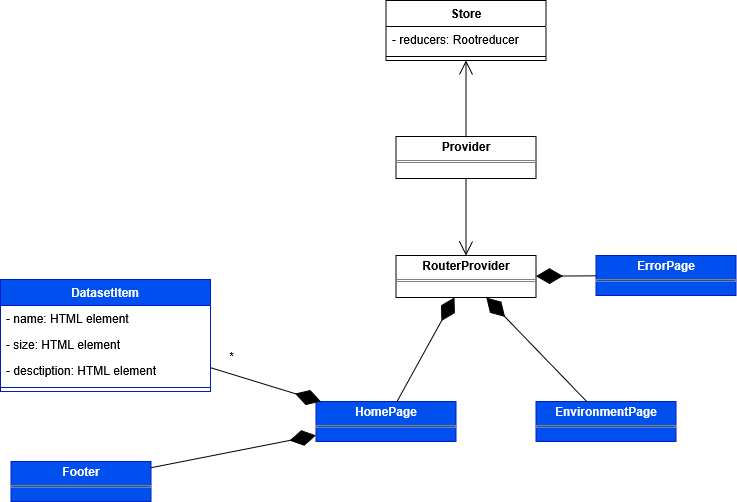
Before: Docs/PB/Generali Esterni/specifica_tecnica/template/images/uml_front/ui/pages.png, a diagram exported from draw.io (6BitBusters/6BitBusters.github.io). Source tidied: cells renumbered, new cells last; positions are measured from the earlier drawing's top-left corner, leaving out a move shared by most shapes.
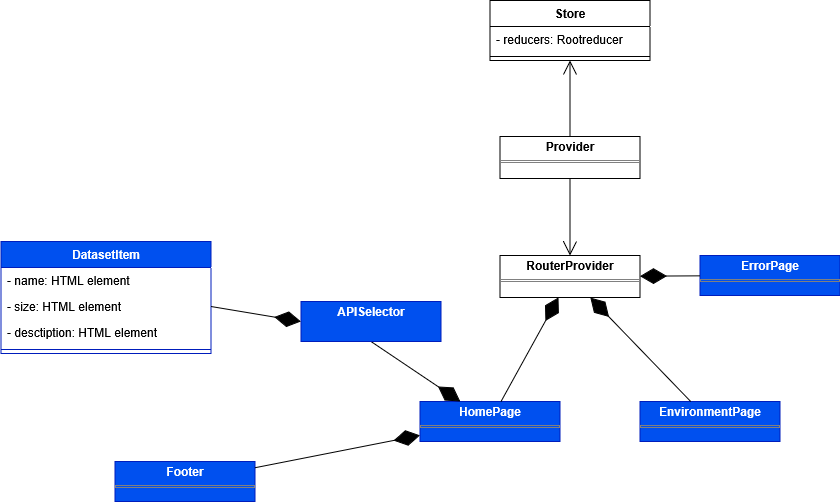
Above is the later version.

Commit message:
change: aggiunto APISelector

Diff of the diagram source:
```diff
@@ -41,11 +41,11 @@
     <mxCell id="14" style="endArrow=diamondThin;endFill=1;endSize=24;html=1;rounded=0;" parent="1" edge="1" source="13" target="8">
       <mxGeometry relative="1" as="geometry" />
     </mxCell>
-    <mxCell id="15" style="endArrow=diamondThin;endFill=1;endSize=24;html=1;rounded=0;" parent="1" edge="1" source="16" target="9">
+    <mxCell id="15" style="endArrow=diamondThin;endFill=1;endSize=24;html=1;rounded=0;exitX=0.5;exitY=1;exitDx=0;exitDy=0;" parent="1" edge="1" source="23" target="9">
       <mxGeometry relative="1" as="geometry" />
     </mxCell>
     <mxCell id="16" value="DatasetItem" style="swimlane;fontStyle=1;align=center;verticalAlign=top;horizontal=1;startSize=26;whiteSpace=wrap;html=1;fillColor=#0050ef;fontColor=#ffffff;strokeColor=#001DBC;" parent="1" vertex="1">
-      <mxGeometry y="279" width="210" height="112" as="geometry" />
+      <mxGeometry x="-103.5" y="241" width="210" height="112" as="geometry" />
     </mxCell>
     <mxCell id="17" value="- name: HTML element" style="text;strokeColor=none;fillColor=none;align=left;verticalAlign=top;spacingLeft=4;spacingRight=4;overflow=hidden;whiteSpace=wrap;html=1;" parent="16" vertex="1">
       <mxGeometry y="26" width="210" height="26" as="geometry" />
@@ -59,14 +59,17 @@
     <mxCell id="20" style="line;strokeWidth=1;fillColor=none;align=left;verticalAlign=middle;spacingTop=-1;spacingLeft=3;spacingRight=3;labelPosition=right;strokeColor=inherit;" parent="16" vertex="1">
       <mxGeometry y="104" width="210" height="8" as="geometry" />
     </mxCell>
-    <mxCell id="21" value="*" style="text;html=1;align=center;verticalAlign=middle;points=[];strokeColor=none;fillColor=none;" parent="1" vertex="1">
-      <mxGeometry x="216" y="341" width="30" height="30" as="geometry" />
+    <mxCell id="21" value="&lt;p style=&quot;margin:0px;margin-top:4px;text-align:center;&quot;&gt;&lt;b&gt;Footer&lt;/b&gt;&lt;/p&gt;&lt;hr size=&quot;1&quot; style=&quot;border-style:solid;&quot;&gt;&lt;div style=&quot;height:2px;&quot;&gt;&lt;/div&gt;" style="verticalAlign=top;align=left;overflow=fill;html=1;whiteSpace=wrap;fillColor=#0050ef;fontColor=#ffffff;strokeColor=#001DBC;" parent="1" vertex="1">
+      <mxGeometry x="10.5" y="461" width="140" height="40" as="geometry" />
     </mxCell>
-    <mxCell id="22" value="&lt;p style=&quot;margin:0px;margin-top:4px;text-align:center;&quot;&gt;&lt;b&gt;Footer&lt;/b&gt;&lt;/p&gt;&lt;hr size=&quot;1&quot; style=&quot;border-style:solid;&quot;&gt;&lt;div style=&quot;height:2px;&quot;&gt;&lt;/div&gt;" style="verticalAlign=top;align=left;overflow=fill;html=1;whiteSpace=wrap;fillColor=#0050ef;fontColor=#ffffff;strokeColor=#001DBC;" parent="1" vertex="1">
-      <mxGeometry x="10.5" y="461" width="140" height="40" as="geometry" />
+    <mxCell id="22" style="endArrow=diamondThin;endFill=1;endSize=24;html=1;rounded=0;" parent="1" edge="1" source="21" target="9">
+      <mxGeometry relative="1" as="geometry" />
     </mxCell>
-    <mxCell id="23" style="endArrow=diamondThin;endFill=1;endSize=24;html=1;rounded=0;" parent="1" edge="1" source="22" target="9">
-      <mxGeometry relative="1" as="geometry" />
+    <mxCell id="23" value="&lt;p style=&quot;margin:0px;margin-top:4px;text-align:center;&quot;&gt;&lt;b&gt;APISelector&lt;/b&gt;&lt;/p&gt;" style="verticalAlign=top;align=left;overflow=fill;html=1;whiteSpace=wrap;fillColor=#0050ef;fontColor=#ffffff;strokeColor=#001DBC;" parent="1" vertex="1">
+      <mxGeometry x="196.5" y="301" width="140" height="40" as="geometry" />
     </mxCell>
+    <mxCell id="24" style="endArrow=diamondThin;endFill=1;endSize=24;html=1;rounded=0;exitX=1;exitY=0.5;exitDx=0;exitDy=0;entryX=0;entryY=0.5;entryDx=0;entryDy=0;" parent="1" edge="1" source="18" target="23">
+      <mxGeometry relative="1" as="geometry" />
+    </mxCell>
   </root>
 </mxGraphModel>
```
